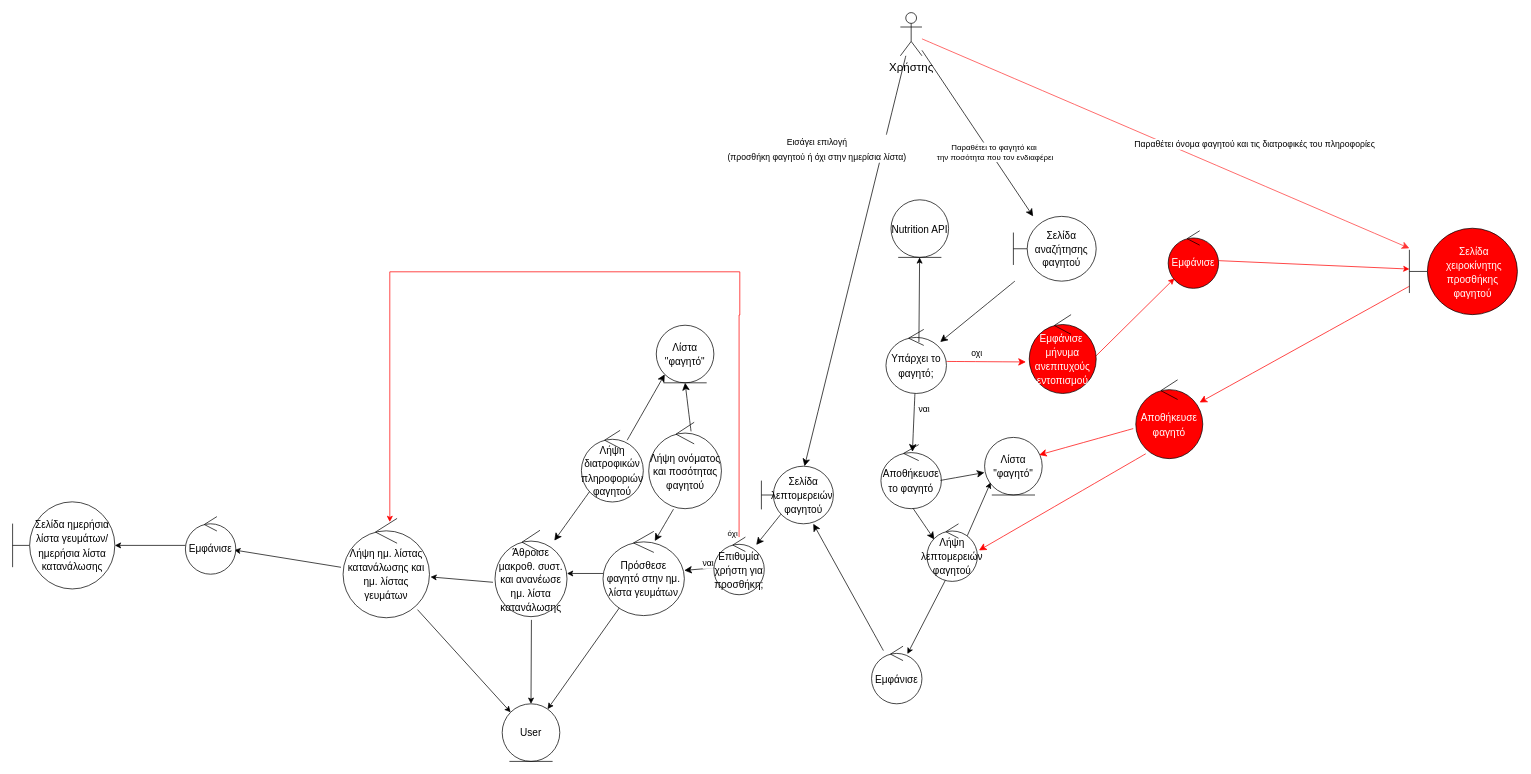
Dionkaps/Eu-Zin keeps this draw.io diagram as ΤΕΛΙΚΟ ΠΑΡΑΔΟΤΕΟ/Robustness_diag_v1.0/rd_αναζήτηση_προσθήκη_φαγητού.drawio. Above is the earlier version. Source tidied: cells renumbered, new cells numbered last; positions are measured from the earlier drawing's top-left corner, leaving out a move shared by most shapes. Both pictures are drawn from the tidied source at 72%, with x=0, y=0 at pixel (12, 12).
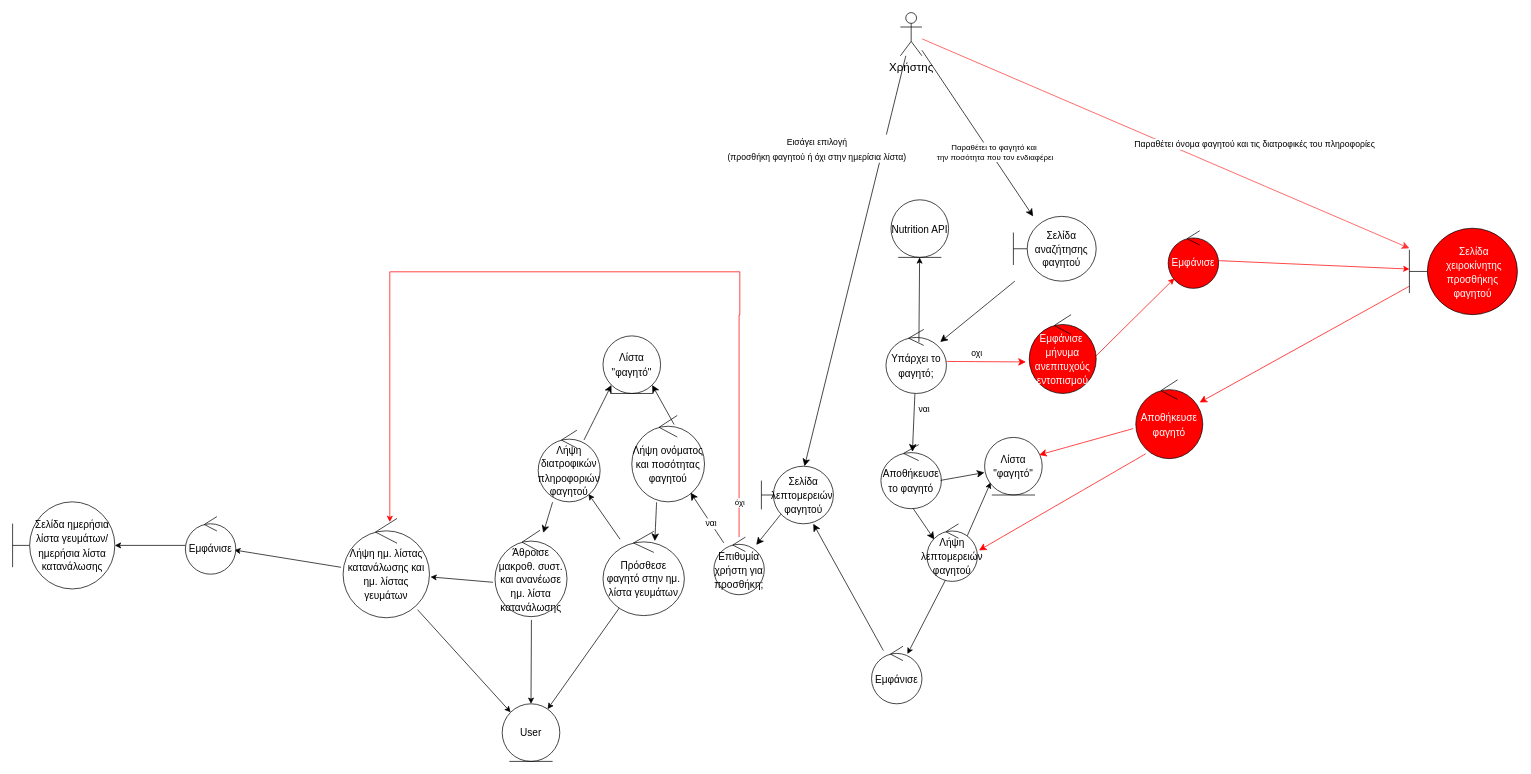
The same page after the edit.

The change refers to these unchanged cells:
```xml
<mxCell id="21" value="&lt;span style=&quot;font-size: 14px;&quot;&gt;Επιθυμία χρήστη για προσθήκη;&lt;/span&gt;" style="ellipse;shape=umlControl;whiteSpace=wrap;html=1;fontSize=16;strokeColor=#000000;fontColor=#000000;" parent="1" vertex="1">
  <mxGeometry x="974" y="728.5" width="70" height="80" as="geometry" />
</mxCell>
<mxCell id="24" value="&lt;font style=&quot;font-size: 14px;&quot;&gt;Πρόσθεσε φαγητό στην ημ. λίστα γευμάτων&lt;/font&gt;" style="ellipse;shape=umlControl;whiteSpace=wrap;html=1;fontSize=16;strokeColor=#000000;fontColor=#000000;" parent="1" vertex="1">
  <mxGeometry x="820" y="720.5" width="113" height="117" as="geometry" />
</mxCell>
<mxCell id="34" value="&lt;font style=&quot;font-size: 14px;&quot;&gt;Άθροισε μακροθ. συστ. και ανανέωσε ημ. λίστα κατανάλωσης&lt;br&gt;&lt;/font&gt;" style="ellipse;shape=umlControl;whiteSpace=wrap;html=1;fontSize=16;strokeColor=#000000;fontColor=#000000;" parent="1" vertex="1">
  <mxGeometry x="670" y="719" width="100" height="120" as="geometry" />
</mxCell>
<mxCell id="51" value="&lt;font style=&quot;font-size: 14px;&quot;&gt;Λήψη ημ. λίστας κατανάλωσης και ημ. λίστας γευμάτων&lt;br&gt;&lt;/font&gt;" style="ellipse;shape=umlControl;whiteSpace=wrap;html=1;fontSize=16;strokeColor=#000000;fontColor=#000000;" parent="1" vertex="1">
  <mxGeometry x="459" y="702.5" width="120" height="138" as="geometry" />
</mxCell>
```

Change to the diagram source:
```diff
@@
-    <mxCell id="19" value="&lt;font&gt;ναι&lt;/font&gt;" style="edgeStyle=none;curved=1;rounded=0;jettySize=auto;html=1;fontSize=12;startSize=8;endSize=8;strokeColor=#000000;fontColor=#000000;" parent="1" edge="1" source="21" target="24">
-      <mxGeometry x="-0.61" y="-7" relative="1" as="geometry" />
+    <mxCell id="19" value="&lt;font&gt;ναι&lt;/font&gt;" style="edgeStyle=none;curved=1;rounded=0;jettySize=auto;html=1;fontSize=12;startSize=8;endSize=8;strokeColor=#000000;fontColor=#000000;" parent="1" edge="1" source="21" target="53">
+      <mxGeometry x="-0.23" relative="1" as="geometry" />
     </mxCell>
     <mxCell id="20" value="όχι" style="edgeStyle=orthogonalEdgeStyle;rounded=0;jettySize=auto;html=1;strokeColor=#FF0000;entryX=0.541;entryY=0.036;entryDx=0;entryDy=0;entryPerimeter=0;" parent="1" edge="1" source="21" target="51">
-      <mxGeometry x="-0.99" y="9" relative="1" as="geometry">
+      <mxGeometry x="-0.92" y="-1" relative="1" as="geometry">
         <Array as="points">
           <mxPoint x="1009" y="420" />
           <mxPoint x="1010" y="360" />
           <mxPoint x="524" y="360" />
         </Array>
       </mxGeometry>
     </mxCell>
@@
-    <mxCell id="23" style="edgeStyle=orthogonalEdgeStyle;rounded=0;jettySize=auto;html=1;" parent="1" edge="1" source="24" target="34">
+    <mxCell id="23" style="rounded=0;jettySize=auto;html=1;" parent="1" edge="1" source="24" target="55">
       <mxGeometry relative="1" as="geometry" />
     </mxCell>
@@
     <mxCell id="43" value="&lt;span style=&quot;font-size: 14px;&quot;&gt;Λίστα &quot;φαγητό&quot;&lt;/span&gt;" style="ellipse;shape=umlEntity;whiteSpace=wrap;html=1;fontSize=16;strokeColor=#000000;fontColor=#000000;" parent="1" vertex="1">
-      <mxGeometry x="894" y="434.2" width="80" height="80" as="geometry" />
+      <mxGeometry x="820" y="449" width="80" height="80" as="geometry" />
     </mxCell>
@@
-    <mxCell id="45" style="edgeStyle=none;curved=1;rounded=0;jettySize=auto;html=1;fontSize=12;startSize=8;endSize=8;strokeColor=#000000;fontColor=#000000;exitX=0.136;exitY=0.85;exitDx=0;exitDy=0;exitPerimeter=0;" parent="1" edge="1" source="55" target="34">
-      <mxGeometry relative="1" as="geometry" />
+    <mxCell id="45" style="edgeStyle=none;curved=1;rounded=0;jettySize=auto;html=1;fontSize=12;startSize=8;endSize=8;strokeColor=#000000;fontColor=#000000;" parent="1" edge="1" target="34">
+      <mxGeometry relative="1" as="geometry">
+        <mxPoint x="750" y="680" as="sourcePoint" />
+      </mxGeometry>
     </mxCell>
@@
     <mxCell id="53" value="&lt;font style=&quot;font-size: 14px;&quot;&gt;Λήψη ονόματος και ποσότητας φαγητού&lt;br&gt;&lt;/font&gt;" style="ellipse;shape=umlControl;whiteSpace=wrap;html=1;fontSize=16;strokeColor=#000000;fontColor=#000000;" parent="1" vertex="1">
-      <mxGeometry x="883.5" y="569" width="101" height="120" as="geometry" />
+      <mxGeometry x="860" y="559.5" width="101" height="120" as="geometry" />
     </mxCell>
-    <mxCell id="54" style="edgeStyle=none;curved=1;rounded=0;jettySize=auto;html=1;fontSize=12;startSize=8;endSize=8;strokeColor=#000000;fontColor=#000000;exitX=0.582;exitY=0.105;exitDx=0;exitDy=0;exitPerimeter=0;entryX=0.5;entryY=1;entryDx=0;entryDy=0;" parent="1" edge="1" source="53" target="43">
+    <mxCell id="54" style="edgeStyle=none;curved=1;rounded=0;jettySize=auto;html=1;fontSize=12;startSize=8;endSize=8;strokeColor=#000000;fontColor=#000000;exitX=0.582;exitY=0.105;exitDx=0;exitDy=0;exitPerimeter=0;entryX=1;entryY=1;entryDx=0;entryDy=0;" parent="1" edge="1" source="53" target="43">
       <mxGeometry relative="1" as="geometry" />
     </mxCell>
     <mxCell id="55" value="&lt;font style=&quot;font-size: 14px;&quot;&gt;Λήψη διατροφικών πληροφοριών φαγητού&lt;br&gt;&lt;/font&gt;" style="ellipse;shape=umlControl;whiteSpace=wrap;html=1;fontSize=16;strokeColor=#000000;fontColor=#000000;" parent="1" vertex="1">
-      <mxGeometry x="790" y="580.2" width="86" height="99.5" as="geometry" />
+      <mxGeometry x="730" y="580" width="86" height="99.5" as="geometry" />
     </mxCell>
```
